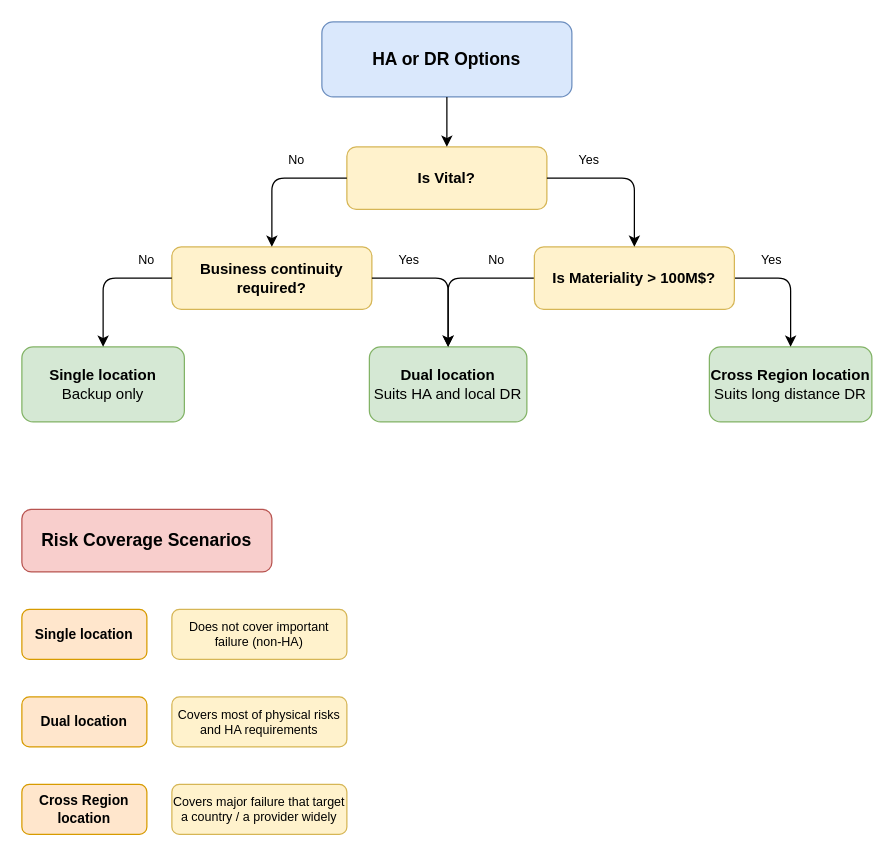
Above: page "HA-DR" (2 of 3) of DR-DecisionTree.drawio in anthonygea/mycv (draw.io), before the change. Source tidied: cells renumbered, new cells numbered last; positions are measured from the earlier drawing's top-left corner, leaving out a move shared by most shapes. Both pictures are drawn from the tidied source at 125%, with x=0, y=0 at pixel (21, 21).
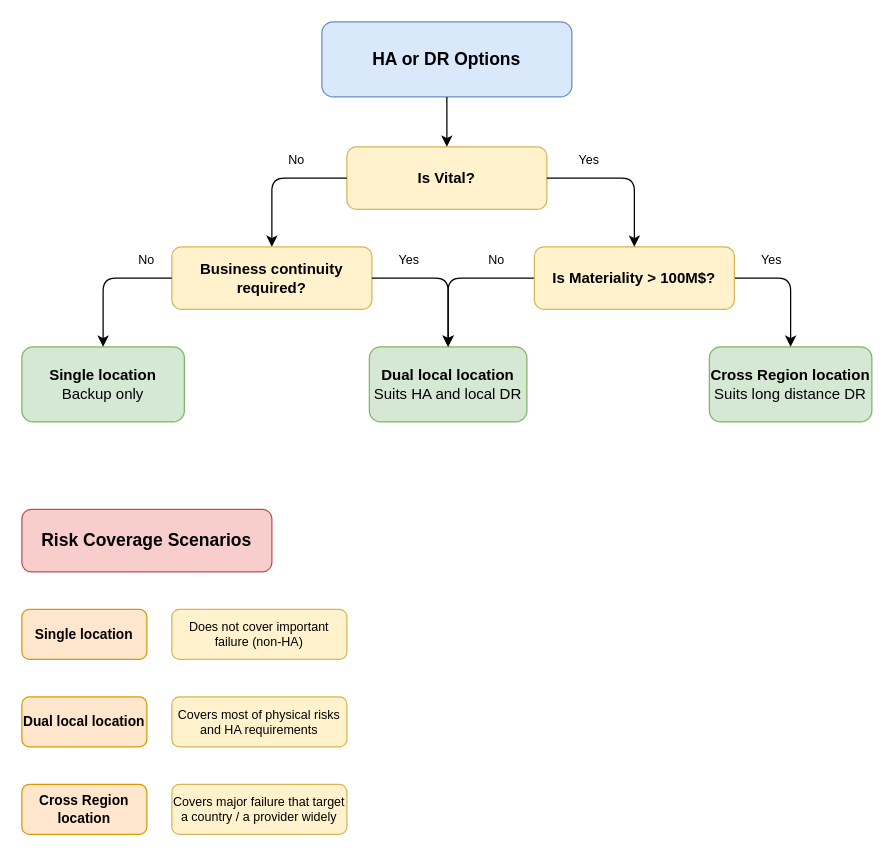
The same diagram, later.

What changed in the source:
```diff
@@
-    <mxCell id="5" value="Dual location&lt;div&gt;&lt;span style=&quot;font-weight: normal;&quot;&gt;Suits HA and local DR&lt;/span&gt;&lt;/div&gt;" style="rounded=1;whiteSpace=wrap;html=1;fillColor=#d5e8d4;strokeColor=#82b366;fontSize=12;fontStyle=1;" parent="1" vertex="1">
+    <mxCell id="5" value="Dual local location&lt;div&gt;&lt;span style=&quot;font-weight: normal;&quot;&gt;Suits HA and local DR&lt;/span&gt;&lt;/div&gt;" style="rounded=1;whiteSpace=wrap;html=1;fillColor=#d5e8d4;strokeColor=#82b366;fontSize=12;fontStyle=1;" parent="1" vertex="1">
       <mxGeometry x="278" y="260" width="126" height="60" as="geometry" />
     </mxCell>
@@
-    <mxCell id="25" value="Dual location" style="rounded=1;whiteSpace=wrap;html=1;fillColor=#ffe6cc;strokeColor=#d79b00;fontSize=11;fontStyle=1;" parent="1" vertex="1">
+    <mxCell id="25" value="Dual local location" style="rounded=1;whiteSpace=wrap;html=1;fillColor=#ffe6cc;strokeColor=#d79b00;fontSize=11;fontStyle=1;" parent="1" vertex="1">
       <mxGeometry y="540" width="100" height="40" as="geometry" />
     </mxCell>
```
